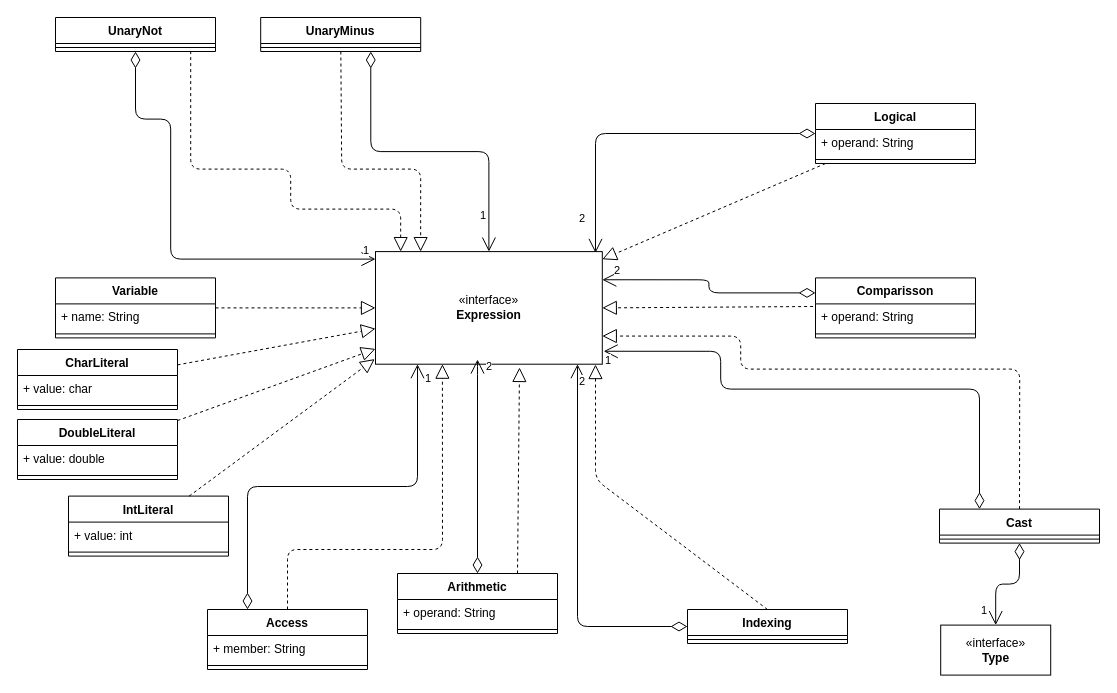
Before: page "Expression" (2 of 4) of Lab1/ClassDiagram.drawio in themrcesi/C--Compiler, a draw.io diagram. Source tidied: cells renumbered, new cells numbered last; positions are measured from the earlier drawing's top-left corner, leaving out a move shared by most shapes. Both pictures are drawn from the tidied source at 100%, with x=0, y=0 at pixel (17, 17).
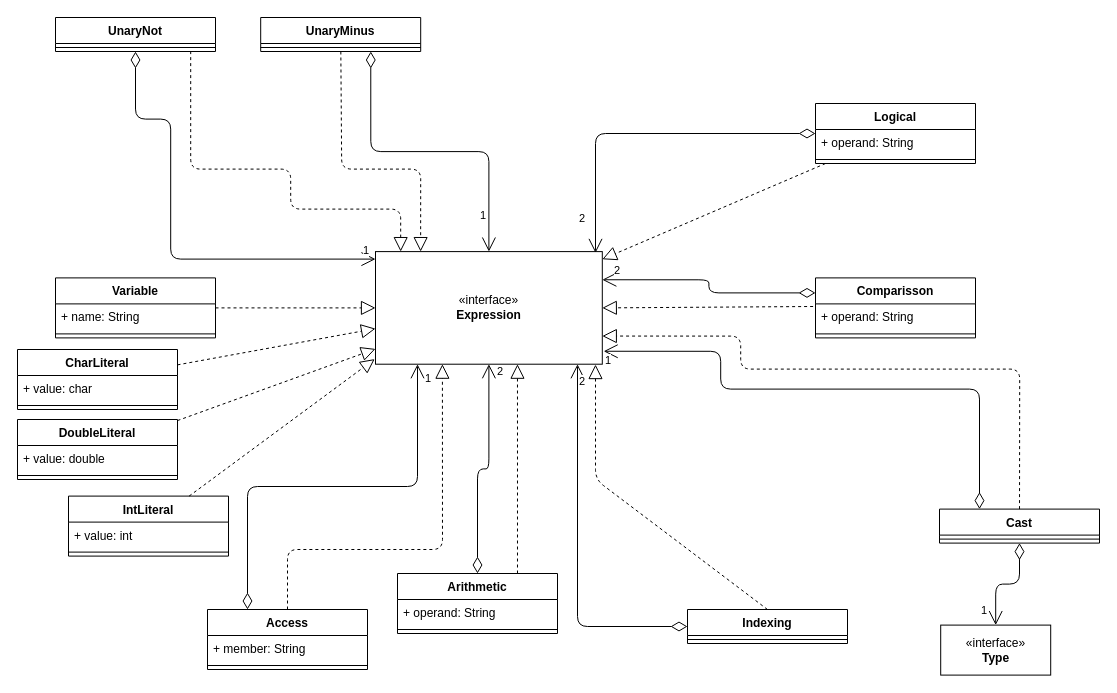
After the change.

Unchanged cells that the change refers to:
```xml
<mxCell id="8" value="Arithmetic" style="swimlane;fontStyle=1;align=center;verticalAlign=top;horizontal=1;startSize=26;shadow=0;" parent="1" vertex="1">
  <mxGeometry x="380" y="556" width="160" height="60" as="geometry" />
</mxCell>
<mxCell id="13" value="«interface»&lt;br&gt;&lt;b&gt;Expression&lt;/b&gt;" style="html=1;shadow=0;" parent="1" vertex="1">
  <mxGeometry x="358" y="234.1" width="226.8" height="112.6" as="geometry" />
</mxCell>
```

What changed in the source:
```diff
@@
-    <mxCell id="16" style="endArrow=block;dashed=1;endFill=0;endSize=12;html=1;exitX=0.75;exitY=0;exitDx=0;exitDy=0;entryX=0.635;entryY=1.029;entryDx=0;entryDy=0;entryPerimeter=0;shadow=0;" parent="1" edge="1" source="8" target="13">
+    <mxCell id="16" style="endArrow=block;dashed=1;endFill=0;endSize=12;html=1;exitX=0.75;exitY=0;exitDx=0;exitDy=0;shadow=0;entryX=0.626;entryY=1;entryDx=0;entryDy=0;entryPerimeter=0;" parent="1" edge="1" source="8" target="13">
       <mxGeometry relative="1" as="geometry" />
     </mxCell>
@@
-    <mxCell id="33" value="2" style="endArrow=open;html=1;endSize=12;startArrow=diamondThin;startSize=14;startFill=0;edgeStyle=orthogonalEdgeStyle;align=left;verticalAlign=bottom;shadow=0;" parent="1" edge="1" source="8">
-      <mxGeometry x="0.85" y="-7" relative="1" as="geometry">
-        <mxPoint x="460" y="342" as="targetPoint" />
-        <Array as="points">
-          <mxPoint x="460" y="347" />
-        </Array>
-      </mxGeometry>
+    <mxCell id="33" value="2" style="endArrow=open;html=1;endSize=12;startArrow=diamondThin;startSize=14;startFill=0;edgeStyle=orthogonalEdgeStyle;align=left;verticalAlign=bottom;shadow=0;" parent="1" edge="1" source="8" target="13">
+      <mxGeometry x="0.85" y="-7" relative="1" as="geometry" />
     </mxCell>
```
